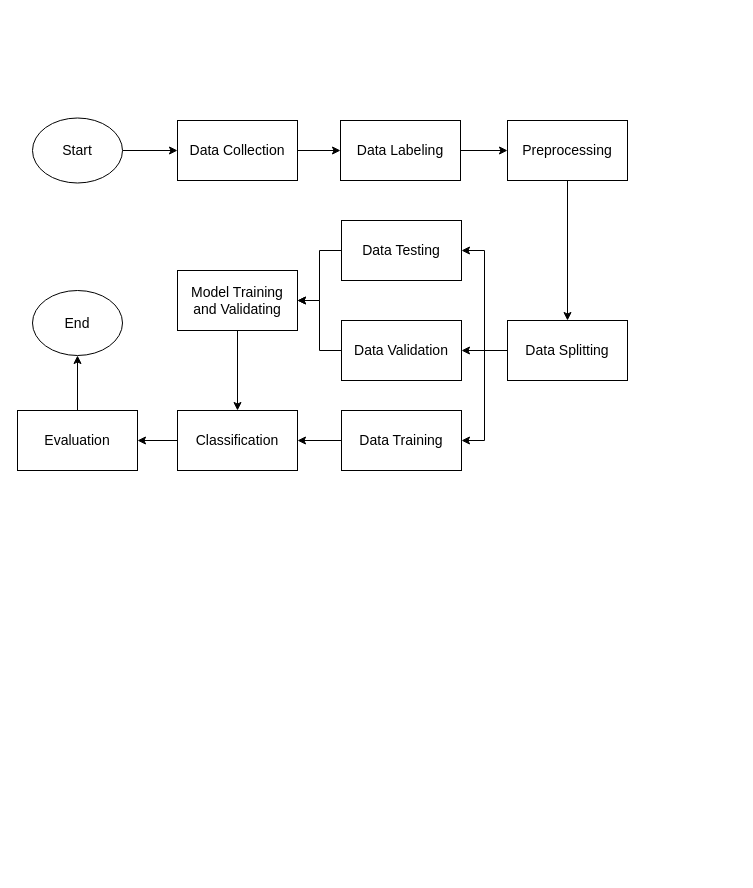
Above: Diagram Blok Proses.drawio in erlanggadewa/Sentiment-Analysis-Review-Steam (draw.io), before the change. Source tidied: cells renumbered, new cells numbered last; positions are measured from the earlier drawing's top-left corner, leaving out a move shared by most shapes. Both pictures are drawn from the tidied source at 100%, with x=0, y=0 at pixel (17, 118).
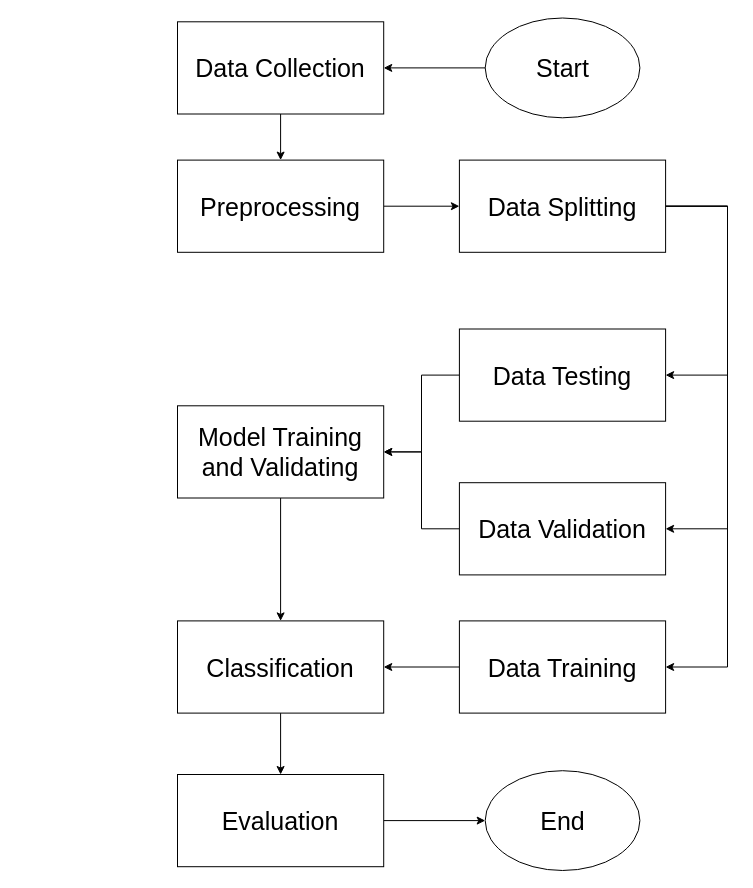
Above is the later version.

Commit message (it also covers changes not shown here):
fix diagram blok

The edit, as a diff of the source:
```diff
@@
+    <mxCell id="27" style="group;fontSize=25;" parent="1" vertex="1">
+      <mxGeometry x="160" y="-100.5" width="550" height="852.5" as="geometry" />
+    </mxCell>
-    <mxCell id="2" style="edgeStyle=orthogonalEdgeStyle;rounded=0;jettySize=auto;html=1;entryX=0;entryY=0.5;entryDx=0;entryDy=0;fontSize=14;" parent="1" edge="1" source="3" target="10">
+    <mxCell id="2" style="edgeStyle=orthogonalEdgeStyle;rounded=0;jettySize=auto;html=1;entryX=1;entryY=0.5;entryDx=0;entryDy=0;fontSize=25;" parent="27" edge="1" source="3" target="10">
       <mxGeometry relative="1" as="geometry" />
     </mxCell>
-    <mxCell id="3" value="Start" style="ellipse;whiteSpace=wrap;html=1;fontSize=14;" parent="1" vertex="1">
-      <mxGeometry x="15" y="-0.5" width="90" height="65" as="geometry" />
+    <mxCell id="3" value="Start" style="ellipse;whiteSpace=wrap;html=1;fontSize=25;" parent="27" vertex="1">
+      <mxGeometry x="307.7" width="154.7" height="99.8" as="geometry" />
     </mxCell>
-    <mxCell id="4" style="edgeStyle=orthogonalEdgeStyle;rounded=0;jettySize=auto;html=1;entryX=1;entryY=0.5;entryDx=0;entryDy=0;fontSize=14;" parent="1" edge="1" source="5" target="20">
+    <mxCell id="4" style="edgeStyle=orthogonalEdgeStyle;rounded=0;jettySize=auto;html=1;entryX=0.5;entryY=0;entryDx=0;entryDy=0;fontSize=25;" parent="27" edge="1" source="5" target="20">
       <mxGeometry relative="1" as="geometry" />
     </mxCell>
-    <mxCell id="5" value="Classification" style="rounded=0;whiteSpace=wrap;html=1;fontSize=14;" parent="1" vertex="1">
-      <mxGeometry x="160" y="292" width="120" height="60" as="geometry" />
+    <mxCell id="5" value="Classification" style="rounded=0;whiteSpace=wrap;html=1;fontSize=25;" parent="27" vertex="1">
+      <mxGeometry y="602.9" width="206.2" height="92.2" as="geometry" />
     </mxCell>
-    <mxCell id="6" style="edgeStyle=orthogonalEdgeStyle;rounded=0;jettySize=auto;html=1;entryX=0.5;entryY=0;entryDx=0;entryDy=0;fontSize=14;" parent="1" edge="1" source="7" target="5">
+    <mxCell id="6" style="edgeStyle=orthogonalEdgeStyle;rounded=0;jettySize=auto;html=1;entryX=0.5;entryY=0;entryDx=0;entryDy=0;fontSize=25;" parent="27" edge="1" source="7" target="5">
       <mxGeometry relative="1" as="geometry" />
     </mxCell>
-    <mxCell id="7" value="Model Training and Validating" style="rounded=0;whiteSpace=wrap;html=1;fontSize=14;" parent="1" vertex="1">
-      <mxGeometry x="160" y="152" width="120" height="60" as="geometry" />
+    <mxCell id="7" value="Model Training and Validating" style="rounded=0;whiteSpace=wrap;html=1;fontSize=25;" parent="27" vertex="1">
+      <mxGeometry y="387.8" width="206.2" height="92.2" as="geometry" />
     </mxCell>
-    <mxCell id="8" value="End" style="ellipse;whiteSpace=wrap;html=1;fontSize=14;" parent="1" vertex="1">
-      <mxGeometry x="15" y="172" width="90" height="65" as="geometry" />
+    <mxCell id="8" value="End" style="ellipse;whiteSpace=wrap;html=1;fontSize=25;" parent="27" vertex="1">
+      <mxGeometry x="307.7" y="752.7" width="154.7" height="99.8" as="geometry" />
     </mxCell>
-    <mxCell id="9" style="edgeStyle=orthogonalEdgeStyle;rounded=0;jettySize=auto;html=1;entryX=0;entryY=0.5;entryDx=0;entryDy=0;fontSize=14;" parent="1" edge="1" source="10" target="12">
-      <mxGeometry relative="1" as="geometry" />
-    </mxCell>
-    <mxCell id="10" value="Data Collection" style="rounded=0;whiteSpace=wrap;html=1;fontSize=14;" parent="1" vertex="1">
-      <mxGeometry x="160" y="2" width="120" height="60" as="geometry" />
+    <mxCell id="10" value="Data Collection" style="rounded=0;whiteSpace=wrap;html=1;fontSize=25;" parent="27" vertex="1">
+      <mxGeometry y="3.8" width="206.2" height="92.2" as="geometry" />
     </mxCell>
-    <mxCell id="11" style="edgeStyle=orthogonalEdgeStyle;rounded=0;jettySize=auto;html=1;entryX=0;entryY=0.5;entryDx=0;entryDy=0;fontSize=14;" parent="1" edge="1" source="12" target="18">
+    <mxCell id="11" style="edgeStyle=orthogonalEdgeStyle;rounded=0;jettySize=auto;html=1;entryX=0.5;entryY=0;entryDx=0;entryDy=0;fontSize=25;exitX=0.5;exitY=1;exitDx=0;exitDy=0;" parent="27" edge="1" source="10" target="18">
       <mxGeometry relative="1" as="geometry" />
     </mxCell>
-    <mxCell id="12" value="Data Labeling" style="rounded=0;whiteSpace=wrap;html=1;fontSize=14;" parent="1" vertex="1">
-      <mxGeometry x="323" y="2" width="120" height="60" as="geometry" />
-    </mxCell>
-    <mxCell id="13" style="edgeStyle=orthogonalEdgeStyle;rounded=0;jettySize=auto;html=1;entryX=1;entryY=0.5;entryDx=0;entryDy=0;fontSize=14;" parent="1" edge="1" source="16" target="24">
-      <mxGeometry relative="1" as="geometry" />
+    <mxCell id="13" style="edgeStyle=orthogonalEdgeStyle;rounded=0;jettySize=auto;html=1;entryX=1;entryY=0.5;entryDx=0;entryDy=0;fontSize=25;exitX=1;exitY=0.5;exitDx=0;exitDy=0;" parent="27" edge="1" source="16" target="24">
+      <mxGeometry relative="1" as="geometry">
+        <Array as="points">
+          <mxPoint x="550" y="188.2" />
+          <mxPoint x="550" y="357.1" />
+        </Array>
+      </mxGeometry>
     </mxCell>
-    <mxCell id="14" style="edgeStyle=orthogonalEdgeStyle;rounded=0;jettySize=auto;html=1;entryX=1;entryY=0.5;entryDx=0;entryDy=0;fontSize=14;" parent="1" edge="1" source="16" target="22">
-      <mxGeometry relative="1" as="geometry" />
+    <mxCell id="14" style="edgeStyle=orthogonalEdgeStyle;rounded=0;jettySize=auto;html=1;entryX=1;entryY=0.5;entryDx=0;entryDy=0;fontSize=25;exitX=1;exitY=0.5;exitDx=0;exitDy=0;" parent="27" edge="1" source="16" target="22">
+      <mxGeometry relative="1" as="geometry">
+        <Array as="points">
+          <mxPoint x="550" y="188.2" />
+          <mxPoint x="550" y="510.7" />
+        </Array>
+      </mxGeometry>
     </mxCell>
-    <mxCell id="15" style="edgeStyle=orthogonalEdgeStyle;rounded=0;jettySize=auto;html=1;entryX=1;entryY=0.5;entryDx=0;entryDy=0;fontSize=14;" parent="1" edge="1" source="16" target="26">
-      <mxGeometry relative="1" as="geometry" />
+    <mxCell id="15" style="edgeStyle=orthogonalEdgeStyle;rounded=0;jettySize=auto;html=1;entryX=1;entryY=0.5;entryDx=0;entryDy=0;fontSize=25;" parent="27" edge="1" source="16" target="26">
+      <mxGeometry relative="1" as="geometry">
+        <Array as="points">
+          <mxPoint x="550" y="188.2" />
+          <mxPoint x="550" y="649" />
+        </Array>
+      </mxGeometry>
     </mxCell>
-    <mxCell id="16" value="Data Splitting" style="rounded=0;whiteSpace=wrap;html=1;fontSize=14;" parent="1" vertex="1">
-      <mxGeometry x="490" y="202" width="120" height="60" as="geometry" />
+    <mxCell id="16" value="Data Splitting" style="rounded=0;whiteSpace=wrap;html=1;fontSize=25;" parent="27" vertex="1">
+      <mxGeometry x="281.9" y="142.1" width="206.2" height="92.2" as="geometry" />
     </mxCell>
-    <mxCell id="17" style="edgeStyle=orthogonalEdgeStyle;rounded=0;jettySize=auto;html=1;entryX=0.5;entryY=0;entryDx=0;entryDy=0;fontSize=14;" parent="1" edge="1" source="18" target="16">
+    <mxCell id="17" style="edgeStyle=orthogonalEdgeStyle;rounded=0;jettySize=auto;html=1;entryX=0;entryY=0.5;entryDx=0;entryDy=0;fontSize=25;" parent="27" edge="1" source="18" target="16">
       <mxGeometry relative="1" as="geometry" />
     </mxCell>
-    <mxCell id="18" value="Preprocessing" style="rounded=0;whiteSpace=wrap;html=1;fontSize=14;" parent="1" vertex="1">
-      <mxGeometry x="490" y="2" width="120" height="60" as="geometry" />
+    <mxCell id="18" value="Preprocessing" style="rounded=0;whiteSpace=wrap;html=1;fontSize=25;" parent="27" vertex="1">
+      <mxGeometry y="142.1" width="206.2" height="92.2" as="geometry" />
     </mxCell>
-    <mxCell id="19" style="edgeStyle=orthogonalEdgeStyle;rounded=0;jettySize=auto;html=1;entryX=0.5;entryY=1;entryDx=0;entryDy=0;" parent="1" edge="1" source="20" target="8">
+    <mxCell id="19" style="edgeStyle=orthogonalEdgeStyle;rounded=0;jettySize=auto;html=1;entryX=0;entryY=0.5;entryDx=0;entryDy=0;fontSize=25;" parent="27" edge="1" source="20" target="8">
       <mxGeometry relative="1" as="geometry" />
     </mxCell>
-    <mxCell id="20" value="Evaluation" style="rounded=0;whiteSpace=wrap;html=1;fontSize=14;" parent="1" vertex="1">
-      <mxGeometry y="292" width="120" height="60" as="geometry" />
+    <mxCell id="20" value="Evaluation" style="rounded=0;whiteSpace=wrap;html=1;fontSize=25;" parent="27" vertex="1">
+      <mxGeometry y="756.5" width="206.2" height="92.2" as="geometry" />
     </mxCell>
-    <mxCell id="21" style="edgeStyle=orthogonalEdgeStyle;rounded=0;jettySize=auto;html=1;entryX=1;entryY=0.5;entryDx=0;entryDy=0;fontSize=14;" parent="1" edge="1" source="22" target="7">
+    <mxCell id="21" style="edgeStyle=orthogonalEdgeStyle;rounded=0;jettySize=auto;html=1;entryX=1;entryY=0.5;entryDx=0;entryDy=0;fontSize=25;" parent="27" edge="1" source="22" target="7">
       <mxGeometry relative="1" as="geometry" />
     </mxCell>
-    <mxCell id="22" value="Data Validation" style="rounded=0;whiteSpace=wrap;html=1;fontSize=14;" parent="1" vertex="1">
-      <mxGeometry x="324" y="202" width="120" height="60" as="geometry" />
+    <mxCell id="22" value="Data Validation" style="rounded=0;whiteSpace=wrap;html=1;fontSize=25;" parent="27" vertex="1">
+      <mxGeometry x="281.9" y="464.7" width="206.2" height="92.2" as="geometry" />
     </mxCell>
-    <mxCell id="23" style="edgeStyle=orthogonalEdgeStyle;rounded=0;jettySize=auto;html=1;entryX=1;entryY=0.5;entryDx=0;entryDy=0;fontSize=14;" parent="1" edge="1" source="24" target="7">
+    <mxCell id="23" style="edgeStyle=orthogonalEdgeStyle;rounded=0;jettySize=auto;html=1;entryX=1;entryY=0.5;entryDx=0;entryDy=0;fontSize=25;" parent="27" edge="1" source="24" target="7">
       <mxGeometry relative="1" as="geometry" />
     </mxCell>
-    <mxCell id="24" value="Data Testing" style="rounded=0;whiteSpace=wrap;html=1;fontSize=14;" parent="1" vertex="1">
-      <mxGeometry x="324" y="102" width="120" height="60" as="geometry" />
+    <mxCell id="24" value="Data Testing" style="rounded=0;whiteSpace=wrap;html=1;fontSize=25;" parent="27" vertex="1">
+      <mxGeometry x="281.9" y="311" width="206.2" height="92.2" as="geometry" />
     </mxCell>
-    <mxCell id="25" style="edgeStyle=orthogonalEdgeStyle;rounded=0;jettySize=auto;html=1;entryX=1;entryY=0.5;entryDx=0;entryDy=0;fontSize=14;" parent="1" edge="1" source="26" target="5">
+    <mxCell id="25" style="edgeStyle=orthogonalEdgeStyle;rounded=0;jettySize=auto;html=1;entryX=1;entryY=0.5;entryDx=0;entryDy=0;fontSize=25;" parent="27" edge="1" source="26" target="5">
       <mxGeometry relative="1" as="geometry" />
     </mxCell>
-    <mxCell id="26" value="Data Training" style="rounded=0;whiteSpace=wrap;html=1;fontSize=14;" parent="1" vertex="1">
-      <mxGeometry x="324" y="292" width="120" height="60" as="geometry" />
+    <mxCell id="26" value="Data Training" style="rounded=0;whiteSpace=wrap;html=1;fontSize=25;" parent="27" vertex="1">
+      <mxGeometry x="281.9" y="602.9" width="206.2" height="92.2" as="geometry" />
     </mxCell>
```
